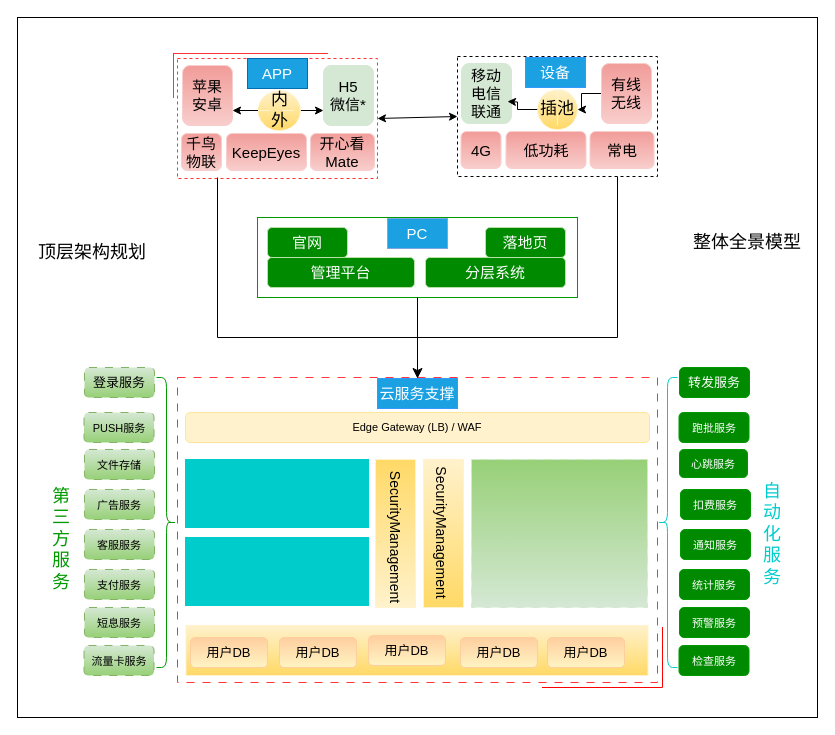
Earlier version of the draw.io diagram cloudbirds/整体全景模型.drawio (luoyongshun/framework). Source tidied: cells renumbered, new cells numbered last; positions are measured from the earlier drawing's top-left corner, leaving out a move shared by most shapes. Both pictures are drawn from the tidied source at 100%, with x=0, y=0 at pixel (17, 17).
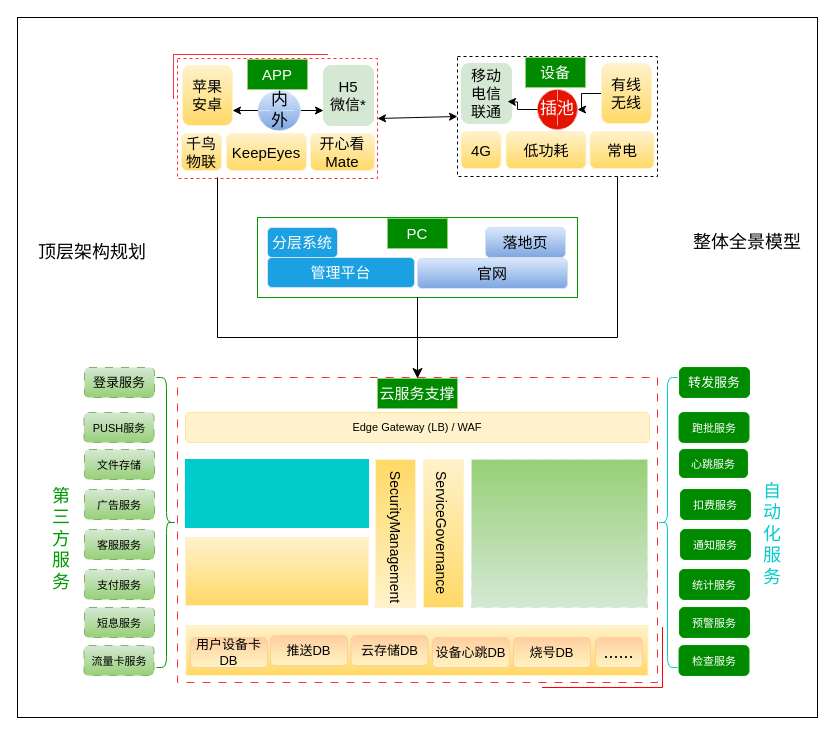
The same diagram, later.

Commit message (it also covers changes not shown here):
更新整体全景模型.drawio

Change to the diagram source:
```diff
@@
-    <mxCell id="7" value="APP" style="text;html=1;align=center;verticalAlign=middle;whiteSpace=wrap;rounded=0;fontSize=15;fillColor=#1ba1e2;fontColor=#ffffff;strokeColor=#006EAF;" parent="1" vertex="1">
-      <mxGeometry x="230" y="41" width="60" height="30" as="geometry" />
+    <mxCell id="7" value="APP" style="text;html=1;align=center;verticalAlign=middle;whiteSpace=wrap;rounded=0;fontSize=15;fillColor=#008a00;fontColor=#ffffff;strokeColor=#97D077;" parent="1" vertex="1">
+      <mxGeometry x="230" y="42" width="60" height="30" as="geometry" />
     </mxCell>
-    <mxCell id="8" value="设备" style="text;html=1;align=center;verticalAlign=middle;whiteSpace=wrap;rounded=0;fontSize=15;fillColor=#1ba1e2;fontColor=#ffffff;strokeColor=#3399FF;" parent="1" vertex="1">
+    <mxCell id="8" value="设备" style="text;html=1;align=center;verticalAlign=middle;whiteSpace=wrap;rounded=0;fontSize=15;fillColor=#008a00;fontColor=#ffffff;strokeColor=#97D077;" parent="1" vertex="1">
       <mxGeometry x="508" y="40" width="60" height="30" as="geometry" />
     </mxCell>
-    <mxCell id="9" value="PC" style="text;html=1;align=center;verticalAlign=middle;whiteSpace=wrap;rounded=0;fontSize=15;fillColor=#1ba1e2;fontColor=#ffffff;strokeColor=#7EA6E0;" parent="1" vertex="1">
+    <mxCell id="9" value="PC" style="text;html=1;align=center;verticalAlign=middle;whiteSpace=wrap;rounded=0;fontSize=15;fillColor=#008a00;fontColor=#ffffff;strokeColor=#97D077;" parent="1" vertex="1">
       <mxGeometry x="370" y="201" width="60" height="30" as="geometry" />
     </mxCell>
-    <mxCell id="10" value="云服务支撑" style="text;html=1;align=center;verticalAlign=middle;whiteSpace=wrap;rounded=0;fontSize=15;fillColor=#1ba1e2;fontColor=#ffffff;strokeColor=#3399FF;" parent="1" vertex="1">
+    <mxCell id="10" value="云服务支撑" style="text;html=1;align=center;verticalAlign=middle;whiteSpace=wrap;rounded=0;fontSize=15;fillColor=#008a00;fontColor=#ffffff;strokeColor=#97D077;" parent="1" vertex="1">
       <mxGeometry x="360" y="361" width="80" height="30" as="geometry" />
     </mxCell>
-    <mxCell id="11" value="苹果&lt;br&gt;安卓" style="rounded=1;whiteSpace=wrap;html=1;fontSize=15;fillColor=#F19C99;gradientColor=#F8CECC;strokeColor=#F8CECC;" parent="1" vertex="1">
+    <mxCell id="11" value="苹果&lt;br&gt;安卓" style="rounded=1;whiteSpace=wrap;html=1;fontSize=15;fillColor=#fff2cc;gradientColor=#ffd966;strokeColor=#FFF2CC;" parent="1" vertex="1">
       <mxGeometry x="165" y="48" width="50" height="60" as="geometry" />
     </mxCell>
@@
-    <mxCell id="13" value="&lt;font style=&quot;font-size: 15px;&quot;&gt;千鸟物联&lt;/font&gt;" style="rounded=1;whiteSpace=wrap;html=1;fontSize=15;fillColor=#F19C99;gradientColor=#F8CECC;strokeColor=#F8CECC;" parent="1" vertex="1">
+    <mxCell id="13" value="&lt;font style=&quot;font-size: 15px;&quot;&gt;千鸟物联&lt;/font&gt;" style="rounded=1;whiteSpace=wrap;html=1;fontSize=15;fillColor=#fff2cc;gradientColor=#ffd966;strokeColor=#FFF2CC;" parent="1" vertex="1">
       <mxGeometry x="164" y="116" width="40" height="37" as="geometry" />
     </mxCell>
-    <mxCell id="14" value="KeepEyes" style="rounded=1;whiteSpace=wrap;html=1;fontSize=15;fillColor=#F19C99;gradientColor=#F8CECC;strokeColor=#F8CECC;" parent="1" vertex="1">
+    <mxCell id="14" value="KeepEyes" style="rounded=1;whiteSpace=wrap;html=1;fontSize=15;fillColor=#fff2cc;gradientColor=#ffd966;strokeColor=#FFF2CC;" parent="1" vertex="1">
       <mxGeometry x="209" y="116" width="80" height="37" as="geometry" />
     </mxCell>
     <mxCell id="15" style="shape=partialRectangle;whiteSpace=wrap;html=1;bottom=0;right=0;fillColor=none;fontSize=15;strokeColor=#FF3333;" parent="1" vertex="1">
-      <mxGeometry x="156" y="36" width="154" height="44" as="geometry" />
+      <mxGeometry x="156" y="37" width="154" height="44" as="geometry" />
     </mxCell>
-    <mxCell id="16" value="开心看Mate" style="rounded=1;whiteSpace=wrap;html=1;fontSize=15;fillColor=#F19C99;gradientColor=#F8CECC;strokeColor=#F8CECC;" parent="1" vertex="1">
+    <mxCell id="16" value="开心看Mate" style="rounded=1;whiteSpace=wrap;html=1;fontSize=15;fillColor=#fff2cc;gradientColor=#ffd966;strokeColor=#FFF2CC;" parent="1" vertex="1">
       <mxGeometry x="293" y="116" width="64" height="37" as="geometry" />
     </mxCell>
@@
-    <mxCell id="25" value="有线&lt;br&gt;无线" style="rounded=1;whiteSpace=wrap;html=1;fontSize=15;fillColor=#F19C99;gradientColor=#F8CECC;strokeColor=#F8CECC;" parent="1" vertex="1">
+    <mxCell id="25" value="有线&lt;br&gt;无线" style="rounded=1;whiteSpace=wrap;html=1;fontSize=15;fillColor=#fff2cc;gradientColor=#ffd966;strokeColor=#FFF2CC;" parent="1" vertex="1">
       <mxGeometry x="584" y="46" width="50" height="60" as="geometry" />
     </mxCell>
-    <mxCell id="26" value="4G" style="rounded=1;whiteSpace=wrap;html=1;fontSize=15;fillColor=#F19C99;gradientColor=#F8CECC;strokeColor=#F8CECC;" parent="1" vertex="1">
+    <mxCell id="26" value="4G" style="rounded=1;whiteSpace=wrap;html=1;fontSize=15;fillColor=#fff2cc;gradientColor=#ffd966;strokeColor=#FFF2CC;" parent="1" vertex="1">
       <mxGeometry x="443.5" y="114" width="40" height="37" as="geometry" />
     </mxCell>
-    <mxCell id="27" value="低功耗" style="rounded=1;whiteSpace=wrap;html=1;fontSize=15;fillColor=#F19C99;gradientColor=#F8CECC;strokeColor=#F8CECC;" parent="1" vertex="1">
+    <mxCell id="27" value="低功耗" style="rounded=1;whiteSpace=wrap;html=1;fontSize=15;fillColor=#fff2cc;gradientColor=#ffd966;strokeColor=#FFF2CC;" parent="1" vertex="1">
       <mxGeometry x="488.5" y="114" width="80" height="37" as="geometry" />
     </mxCell>
-    <mxCell id="28" value="常电" style="rounded=1;whiteSpace=wrap;html=1;fontSize=15;fillColor=#F19C99;gradientColor=#F8CECC;strokeColor=#F8CECC;" parent="1" vertex="1">
+    <mxCell id="28" value="常电" style="rounded=1;whiteSpace=wrap;html=1;fontSize=15;fillColor=#fff2cc;gradientColor=#ffd966;strokeColor=#FFF2CC;" parent="1" vertex="1">
       <mxGeometry x="572.5" y="114" width="64" height="37" as="geometry" />
     </mxCell>
@@
-    <mxCell id="30" value="插池" style="shape=lineEllipse;line=vertical;perimeter=ellipsePerimeter;whiteSpace=wrap;html=1;backgroundOutline=1;strokeColor=#FFF2CC;fontSize=17;fillColor=#fff2cc;gradientColor=#ffd966;dashed=1;dashPattern=12 12;" parent="1" vertex="1">
+    <mxCell id="30" value="插池" style="shape=lineEllipse;line=vertical;perimeter=ellipsePerimeter;whiteSpace=wrap;html=1;backgroundOutline=1;strokeColor=#FF9999;fontSize=17;fillColor=#e51400;dashed=1;dashPattern=12 12;fontColor=#ffffff;" parent="1" vertex="1">
       <mxGeometry x="520" y="72" width="40" height="40" as="geometry" />
     </mxCell>
@@
-    <mxCell id="33" value="内&lt;br&gt;外" style="shape=lineEllipse;perimeter=ellipsePerimeter;whiteSpace=wrap;html=1;backgroundOutline=1;strokeColor=#FFF2CC;fontSize=17;fillColor=#fff2cc;gradientColor=#ffd966;dashed=1;dashPattern=12 12;" parent="1" vertex="1">
+    <mxCell id="33" value="内&lt;br&gt;外" style="shape=lineEllipse;perimeter=ellipsePerimeter;whiteSpace=wrap;html=1;backgroundOutline=1;strokeColor=#CCE5FF;fontSize=17;fillColor=#dae8fc;dashed=1;dashPattern=12 12;gradientColor=#7ea6e0;" parent="1" vertex="1">
       <mxGeometry x="240.5" y="73" width="42.5" height="40" as="geometry" />
     </mxCell>
-    <mxCell id="34" value="管理平台" style="rounded=1;whiteSpace=wrap;html=1;fontSize=15;fillColor=#008a00;strokeColor=#B9E0A5;fontColor=#ffffff;" parent="1" vertex="1">
+    <mxCell id="34" value="管理平台" style="rounded=1;whiteSpace=wrap;html=1;fontSize=15;fillColor=#1ba1e2;strokeColor=#D4E1F5;fontColor=#ffffff;" parent="1" vertex="1">
       <mxGeometry x="250" y="240" width="147" height="30" as="geometry" />
     </mxCell>
-    <mxCell id="35" value="分层系统" style="rounded=1;whiteSpace=wrap;html=1;fontSize=15;fillColor=#008a00;strokeColor=#B9E0A5;fontColor=#ffffff;" parent="1" vertex="1">
-      <mxGeometry x="408" y="240" width="140" height="30" as="geometry" />
+    <mxCell id="35" value="分层系统" style="rounded=1;whiteSpace=wrap;html=1;fontSize=15;fillColor=#1ba1e2;strokeColor=#D4E1F5;fontColor=#ffffff;" parent="1" vertex="1">
+      <mxGeometry x="250" y="210" width="70" height="30" as="geometry" />
     </mxCell>
-    <mxCell id="36" value="官网" style="rounded=1;whiteSpace=wrap;html=1;fontSize=15;fillColor=#008a00;strokeColor=#B9E0A5;fontColor=#ffffff;" parent="1" vertex="1">
-      <mxGeometry x="250" y="210" width="80" height="30" as="geometry" />
+    <mxCell id="36" value="官网" style="rounded=1;whiteSpace=wrap;html=1;fontSize=15;fillColor=#dae8fc;strokeColor=#D4E1F5;gradientColor=#7ea6e0;" parent="1" vertex="1">
+      <mxGeometry x="400" y="241" width="150" height="30" as="geometry" />
     </mxCell>
-    <mxCell id="37" value="落地页" style="rounded=1;whiteSpace=wrap;html=1;fontSize=15;fillColor=#008a00;strokeColor=#B9E0A5;fontColor=#ffffff;" parent="1" vertex="1">
+    <mxCell id="37" value="落地页" style="rounded=1;whiteSpace=wrap;html=1;fontSize=15;fillColor=#dae8fc;strokeColor=#D4E1F5;gradientColor=#7ea6e0;" parent="1" vertex="1">
       <mxGeometry x="468" y="210" width="80" height="30" as="geometry" />
     </mxCell>
@@
-    <mxCell id="60" style="rounded=0;whiteSpace=wrap;html=1;strokeColor=#00CCCC;fontSize=13;fontColor=#00CCCC;fillColor=#00CCCC;" parent="1" vertex="1">
+    <mxCell id="60" style="rounded=0;whiteSpace=wrap;html=1;strokeColor=#FFF2CC;fontSize=13;fillColor=#fff2cc;gradientColor=#ffd966;" parent="1" vertex="1">
       <mxGeometry x="168" y="520" width="183" height="68" as="geometry" />
     </mxCell>
@@
-    <mxCell id="65" value="&lt;font color=&quot;#000000&quot;&gt;用户DB&lt;/font&gt;" style="rounded=1;whiteSpace=wrap;html=1;strokeColor=#FFCE9F;fontSize=13;fontColor=#00CCCC;fillColor=#FFCE9F;gradientColor=#FFF4C3;" parent="1" vertex="1">
+    <mxCell id="65" value="&lt;font color=&quot;#000000&quot;&gt;用户设备卡DB&lt;/font&gt;" style="rounded=1;whiteSpace=wrap;html=1;strokeColor=#FFCE9F;fontSize=13;fontColor=#00CCCC;fillColor=#FFCE9F;gradientColor=#FFF4C3;" parent="1" vertex="1">
       <mxGeometry x="173" y="620" width="77" height="30" as="geometry" />
     </mxCell>
-    <mxCell id="66" value="&lt;font color=&quot;#000000&quot;&gt;用户DB&lt;/font&gt;" style="rounded=1;whiteSpace=wrap;html=1;strokeColor=#FFCE9F;fontSize=13;fontColor=#00CCCC;fillColor=#FFCE9F;gradientColor=#FFF4C3;" parent="1" vertex="1">
-      <mxGeometry x="262" y="620" width="77" height="30" as="geometry" />
+    <mxCell id="66" value="&lt;font color=&quot;#000000&quot;&gt;推送DB&lt;/font&gt;" style="rounded=1;whiteSpace=wrap;html=1;strokeColor=#FFCE9F;fontSize=13;fontColor=#00CCCC;fillColor=#FFCE9F;gradientColor=#FFF4C3;" parent="1" vertex="1">
+      <mxGeometry x="253" y="618" width="77" height="30" as="geometry" />
     </mxCell>
-    <mxCell id="67" value="&lt;font color=&quot;#000000&quot;&gt;用户DB&lt;/font&gt;" style="rounded=1;whiteSpace=wrap;html=1;strokeColor=#FFCE9F;fontSize=13;fontColor=#00CCCC;fillColor=#FFCE9F;gradientColor=#FFF4C3;" parent="1" vertex="1">
-      <mxGeometry x="351" y="618" width="77" height="30" as="geometry" />
+    <mxCell id="67" value="&lt;font color=&quot;#000000&quot;&gt;云存储DB&lt;/font&gt;" style="rounded=1;whiteSpace=wrap;html=1;strokeColor=#FFCE9F;fontSize=13;fontColor=#00CCCC;fillColor=#FFCE9F;gradientColor=#FFF4C3;" parent="1" vertex="1">
+      <mxGeometry x="333.5" y="618" width="77" height="30" as="geometry" />
     </mxCell>
-    <mxCell id="68" value="&lt;font color=&quot;#000000&quot;&gt;用户DB&lt;/font&gt;" style="rounded=1;whiteSpace=wrap;html=1;strokeColor=#FFCE9F;fontSize=13;fontColor=#00CCCC;fillColor=#FFCE9F;gradientColor=#FFF4C3;" parent="1" vertex="1">
-      <mxGeometry x="443" y="620" width="77" height="30" as="geometry" />
+    <mxCell id="68" value="&lt;font color=&quot;#000000&quot;&gt;设备心跳DB&lt;/font&gt;" style="rounded=1;whiteSpace=wrap;html=1;strokeColor=#FFCE9F;fontSize=13;fontColor=#00CCCC;fillColor=#FFCE9F;gradientColor=#FFF4C3;" parent="1" vertex="1">
+      <mxGeometry x="415" y="620" width="77" height="30" as="geometry" />
     </mxCell>
-    <mxCell id="69" value="&lt;font color=&quot;#000000&quot;&gt;用户DB&lt;/font&gt;" style="rounded=1;whiteSpace=wrap;html=1;strokeColor=#FFCE9F;fontSize=13;fontColor=#00CCCC;fillColor=#FFCE9F;gradientColor=#FFF4C3;" parent="1" vertex="1">
-      <mxGeometry x="530" y="620" width="77" height="30" as="geometry" />
+    <mxCell id="69" value="&lt;font color=&quot;#000000&quot;&gt;烧号DB&lt;/font&gt;" style="rounded=1;whiteSpace=wrap;html=1;strokeColor=#FFCE9F;fontSize=13;fontColor=#00CCCC;fillColor=#FFCE9F;gradientColor=#FFF4C3;" parent="1" vertex="1">
+      <mxGeometry x="496" y="620" width="77" height="30" as="geometry" />
     </mxCell>
@@
-    <mxCell id="73" value="&lt;font style=&quot;font-size: 14px;&quot;&gt;SecurityManagement&lt;/font&gt;" style="text;html=1;strokeColor=none;fillColor=none;align=center;verticalAlign=middle;whiteSpace=wrap;rounded=0;fontSize=18;fontColor=#000000;rotation=90;" parent="1" vertex="1">
+    <mxCell id="73" value="&lt;font style=&quot;font-size: 14px;&quot;&gt;ServiceGovernance&lt;/font&gt;" style="text;html=1;strokeColor=none;fillColor=none;align=center;verticalAlign=middle;whiteSpace=wrap;rounded=0;fontSize=18;fontColor=#000000;rotation=90;" parent="1" vertex="1">
       <mxGeometry x="353" y="500.5" width="144" height="30" as="geometry" />
     </mxCell>
+    <mxCell id="74" value="&lt;font style=&quot;font-size: 18px;&quot; color=&quot;#000000&quot;&gt;......&lt;/font&gt;" style="rounded=1;whiteSpace=wrap;html=1;strokeColor=#FFCE9F;fontSize=13;fontColor=#00CCCC;fillColor=#FFCE9F;gradientColor=#FFF4C3;" parent="1" vertex="1">
+      <mxGeometry x="578" y="620" width="47" height="30" as="geometry" />
+    </mxCell>
```
